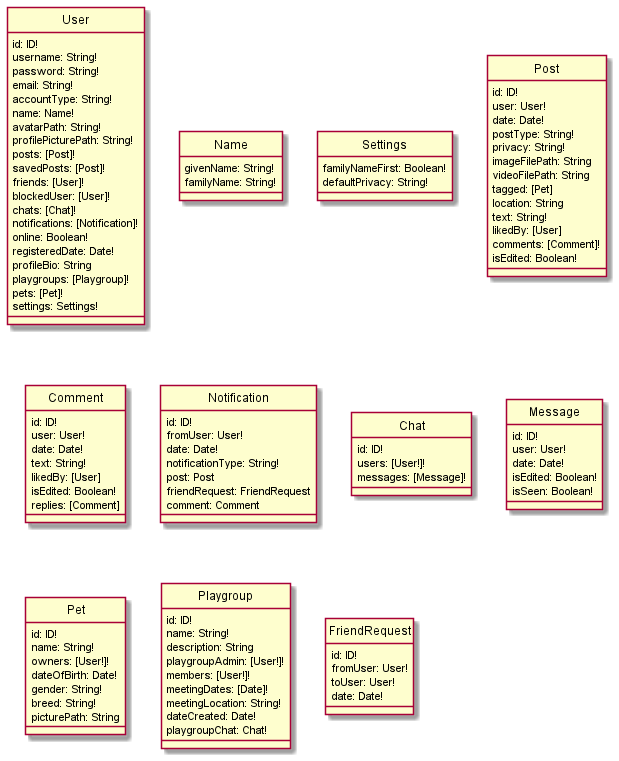
Above: docs/uml/DataSchema.png in bryanwhl/pet-social (PlantUML), before the change.
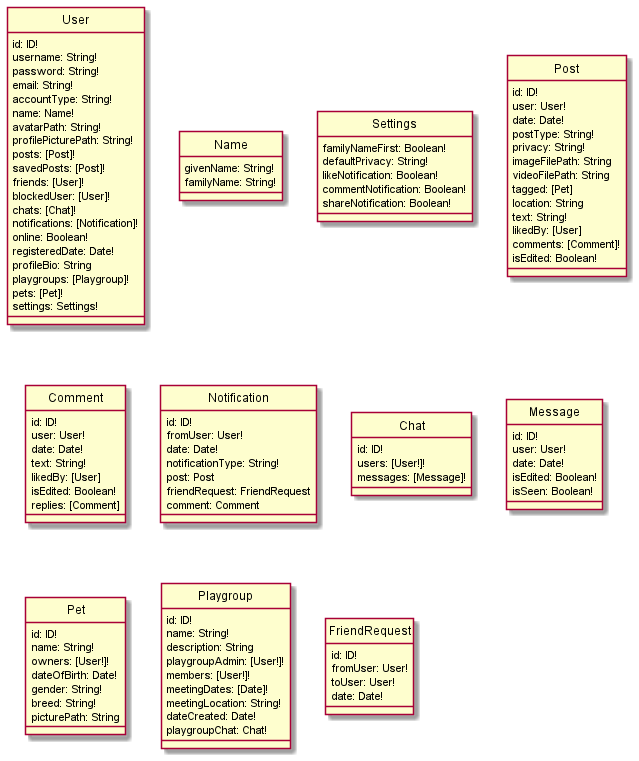
Later version of the same file.

What changed in the source:
```diff
@@ -33,6 +33,9 @@
 class Settings {
     familyNameFirst: Boolean!
     defaultPrivacy: String!
+    likeNotification: Boolean!
+    commentNotification: Boolean!
+    shareNotification: Boolean!
 }
 
 class Post {
```
